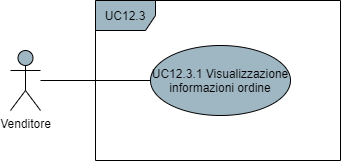
Earlier version of the draw.io export DocumentazioneEsterna/AnalisiDeiRequisiti/res/UseCase/Immagini/VisualizzazioneOrdiniMerchant.png (Omicron-Team/Documentazione). Source tidied: cells renumbered, new cells last; positions are measured from the earlier drawing's top-left corner, leaving out a move shared by most shapes.
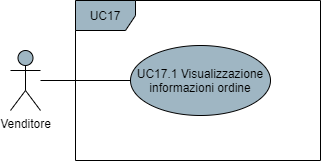
The same file after the commit.

Change to the diagram source:
```diff
@@ -6,12 +6,12 @@
       <mxGeometry relative="1" as="geometry" />
     </mxCell>
     <mxCell id="3" value="Venditore" style="shape=umlActor;verticalLabelPosition=bottom;verticalAlign=top;html=1;fillColor=#9FB6C3;" parent="1" vertex="1">
-      <mxGeometry y="50" width="30" height="60" as="geometry" />
+      <mxGeometry x="20" y="50" width="30" height="60" as="geometry" />
     </mxCell>
-    <mxCell id="4" value="UC12.3" style="shape=umlFrame;whiteSpace=wrap;html=1;fillColor=#9FB6C3;" parent="1" vertex="1">
+    <mxCell id="4" value="UC17" style="shape=umlFrame;whiteSpace=wrap;html=1;fillColor=#9FB6C3;" parent="1" vertex="1">
       <mxGeometry x="85" width="245" height="160" as="geometry" />
     </mxCell>
-    <mxCell id="5" value="UC12.3.1 Visualizzazione informazioni ordine" style="ellipse;whiteSpace=wrap;html=1;fillColor=#9FB6C3;" parent="1" vertex="1">
+    <mxCell id="5" value="UC17.1 Visualizzazione informazioni ordine" style="ellipse;whiteSpace=wrap;html=1;fillColor=#9FB6C3;" parent="1" vertex="1">
       <mxGeometry x="140" y="45" width="140" height="70" as="geometry" />
     </mxCell>
   </root>
```
